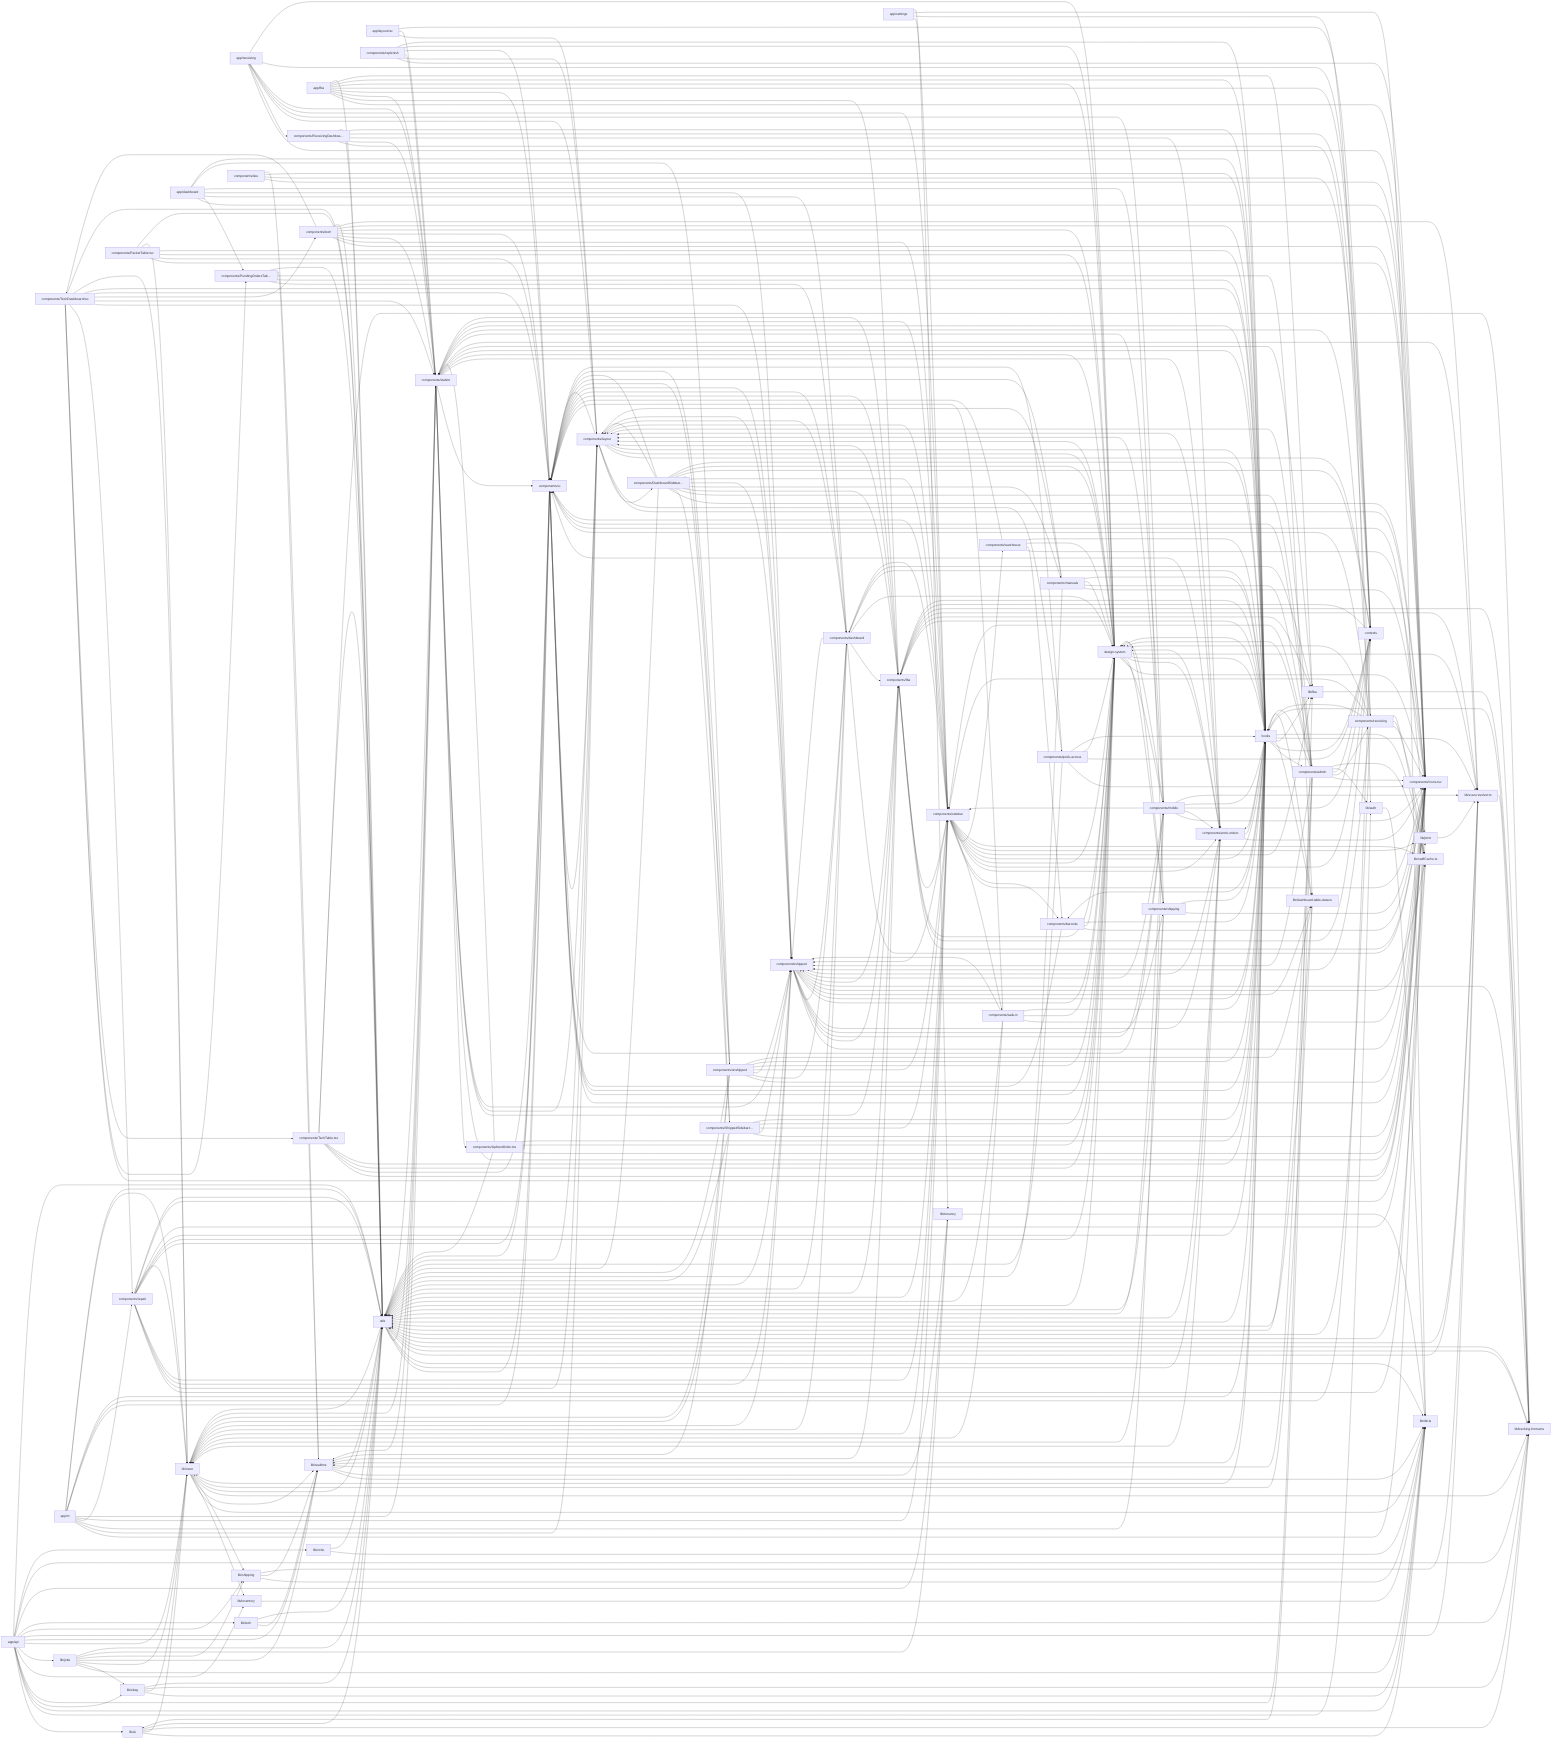
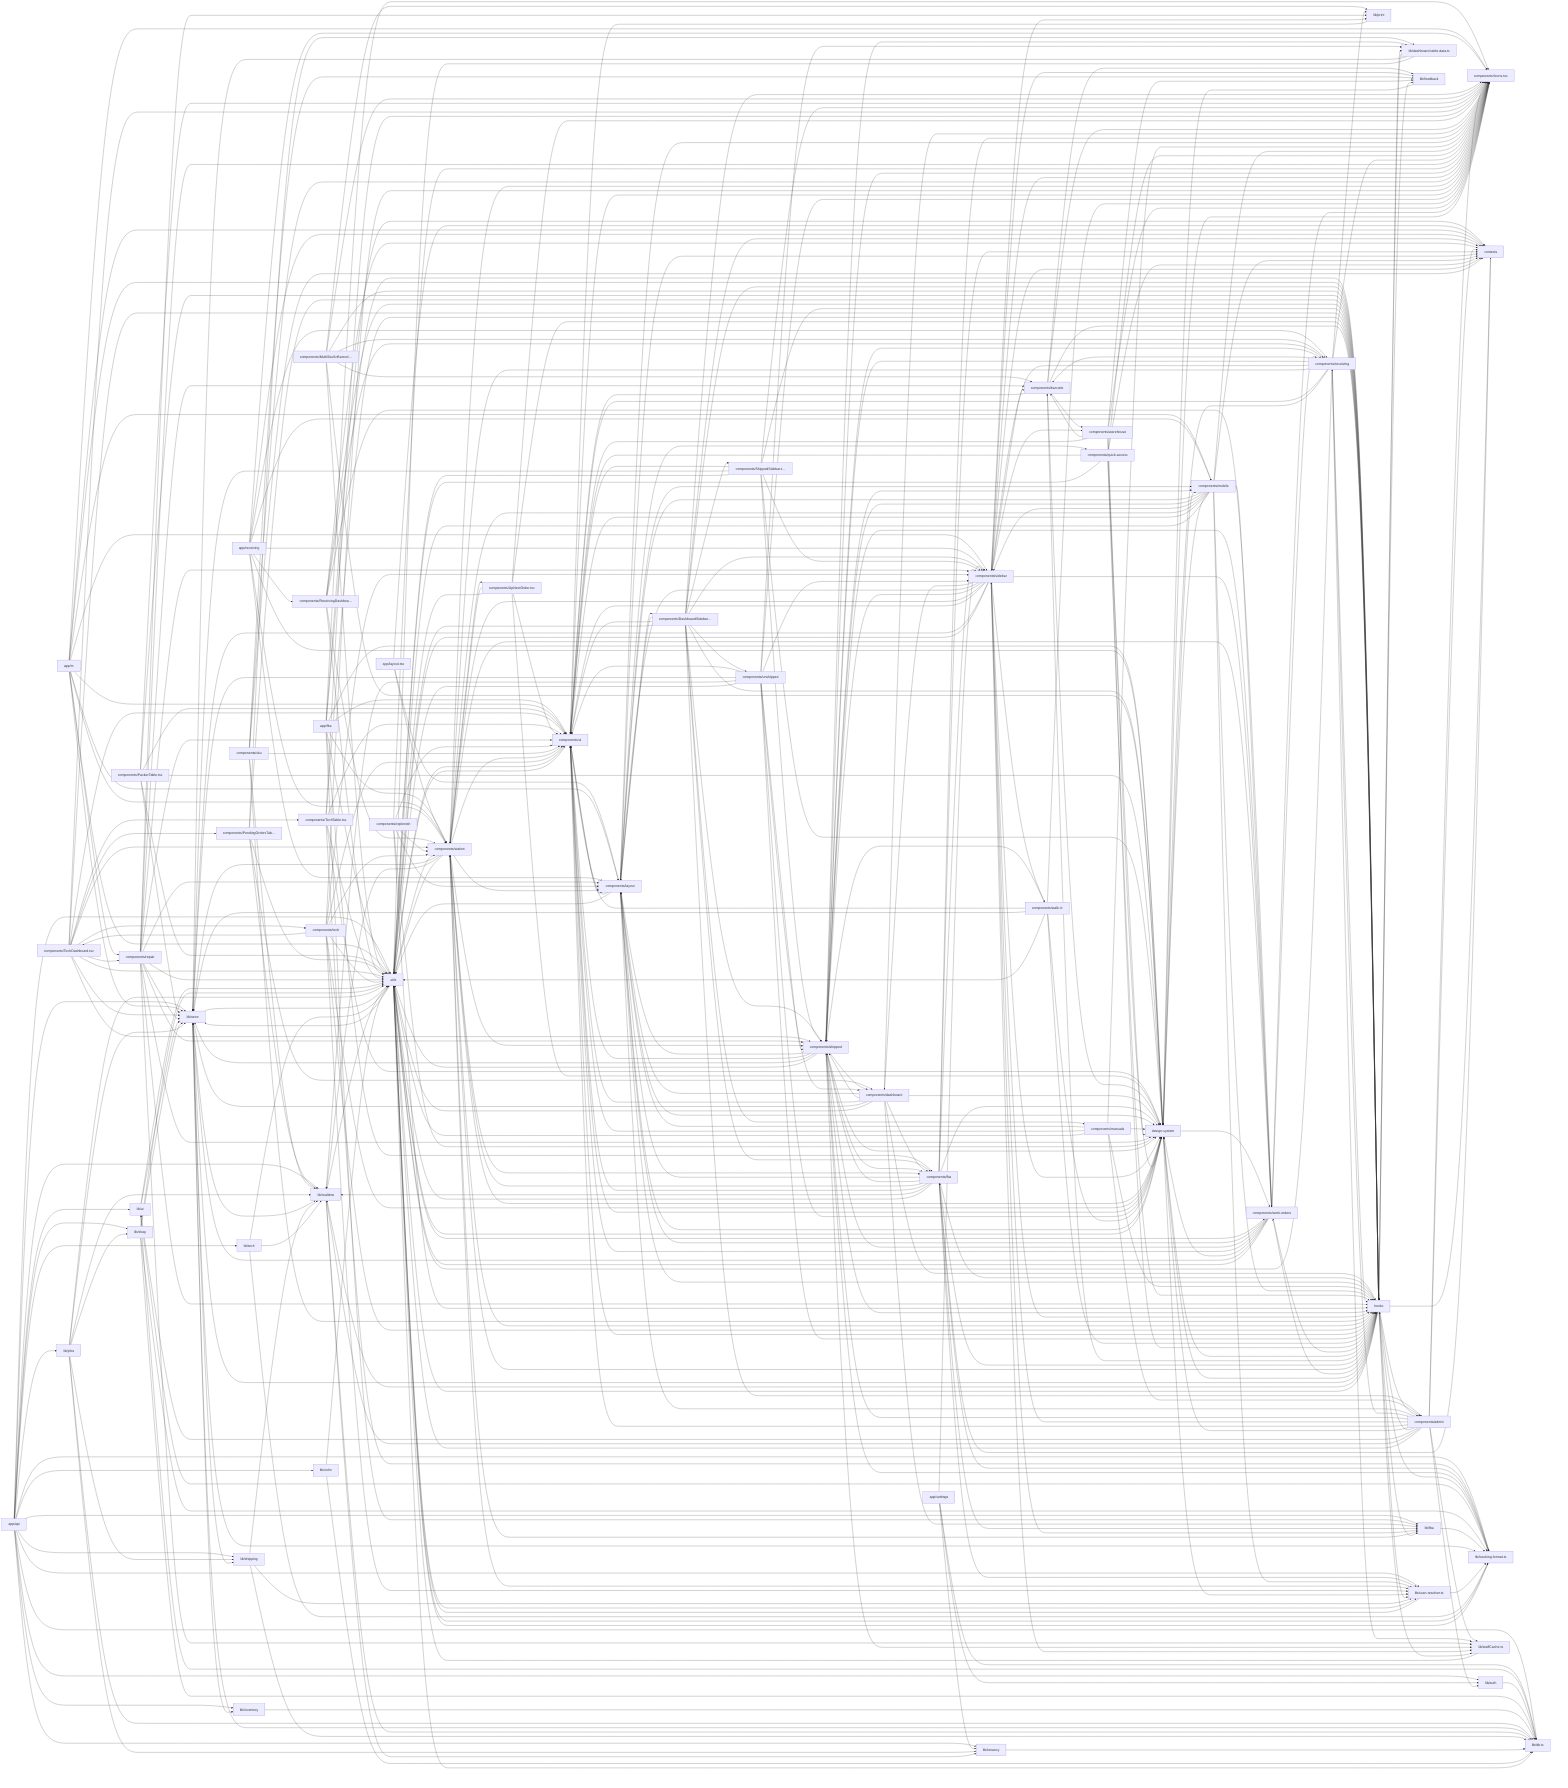
flowchart LR
  app_api["app/api"]
  click app_api "src/app/api/scan-tracking/route.ts" "Open src/app/api/scan-tracking/route.ts"
  hooks["hooks"]
  click hooks "src/hooks/useShippedTableData.ts" "Open src/hooks/useShippedTableData.ts"
  utils["utils"]
  click utils "src/utils/receiving-search-history.ts" "Open src/utils/receiving-search-history.ts"
  components_Icons_tsx["components/Icons.tsx"]
  click components_Icons_tsx "src/components/Icons.tsx" "Open src/components/Icons.tsx"
  design_system["design-system"]
  click design_system "src/design-system/index.ts" "Open src/design-system/index.ts"
  components_sidebar["components/sidebar"]
  click components_sidebar "src/components/sidebar/DeviceModeToggle.tsx" "Open src/components/sidebar/DeviceModeToggle.tsx"
  components_ui["components/ui"]
  click components_ui "src/components/ui/DeleteButton.tsx" "Open src/components/ui/DeleteButton.tsx"
+   components_layout["components/layout"]
+   click components_layout "src/components/layout/OfflineBanner.tsx" "Open src/components/layout/OfflineBanner.tsx"
  lib_db_ts["lib/db.ts"]
  click lib_db_ts "src/lib/db.ts" "Open src/lib/db.ts"
-   components_layout["components/layout"]
-   click components_layout "src/components/layout/OfflineBanner.tsx" "Open src/components/layout/OfflineBanner.tsx"
  components_shipped["components/shipped"]
  click components_shipped "src/components/shipped/DateGroupHeader.tsx" "Open src/components/shipped/DateGroupHeader.tsx"
+   components_station["components/station"]
+   click components_station "src/components/station/BarcodeScanner.tsx" "Open src/components/station/BarcodeScanner.tsx"
  lib_neon["lib/neon"]
  click lib_neon "src/lib/neon/serial-units-queries.ts" "Open src/lib/neon/serial-units-queries.ts"
-   components_station["components/station"]
-   click components_station "src/components/station/BarcodeScanner.tsx" "Open src/components/station/BarcodeScanner.tsx"
  components_admin["components/admin"]
  click components_admin "src/components/admin/AccessSidebarPanel.tsx" "Open src/components/admin/AccessSidebarPanel.tsx"
+   components_receiving["components/receiving"]
+   click components_receiving "src/components/receiving/Mode2Unboxing.tsx" "Open src/components/receiving/Mode2Unboxing.tsx"
  contexts["contexts"]
  click contexts "src/contexts/HeaderContext.tsx" "Open src/contexts/HeaderContext.tsx"
-   components_fba["components/fba"]
-   click components_fba "src/components/fba/FbaShippedTable.tsx" "Open src/components/fba/FbaShippedTable.tsx"
  components_work_orders["components/work-orders"]
  click components_work_orders "src/components/work-orders/WorkOrderInfoStrip.tsx" "Open src/components/work-orders/WorkOrderInfoStrip.tsx"
  components_mobile["components/mobile"]
  click components_mobile "src/components/mobile/ScanSurface.tsx" "Open src/components/mobile/ScanSurface.tsx"
+   components_fba["components/fba"]
+   click components_fba "src/components/fba/FbaShippedTable.tsx" "Open src/components/fba/FbaShippedTable.tsx"
  lib_realtime["lib/realtime"]
  click lib_realtime "src/lib/realtime/db-events.ts" "Open src/lib/realtime/db-events.ts"
-   components_receiving["components/receiving"]
-   click components_receiving "src/components/receiving/Mode2Unboxing.tsx" "Open src/components/receiving/Mode2Unboxing.tsx"
+   components_repair["components/repair"]
+   click components_repair "src/components/repair/SignaturePad.tsx" "Open src/components/repair/SignaturePad.tsx"
  components_DashboardSidebar_tsx["components/DashboardSidebar…"]
  click components_DashboardSidebar_tsx "src/components/DashboardSidebar.tsx" "Open src/components/DashboardSidebar.tsx"
-   components_repair["components/repair"]
-   click components_repair "src/components/repair/SignaturePad.tsx" "Open src/components/repair/SignaturePad.tsx"
  components_dashboard["components/dashboard"]
  click components_dashboard "src/components/dashboard/StockZohoOrdersTable.tsx" "Open src/components/dashboard/StockZohoOrdersTable.tsx"
-   lib_scan_resolver_ts["lib/scan-resolver.ts"]
-   click lib_scan_resolver_ts "src/lib/scan-resolver.ts" "Open src/lib/scan-resolver.ts"
  lib_tracking_format_ts["lib/tracking-format.ts"]
  click lib_tracking_format_ts "src/lib/tracking-format.ts" "Open src/lib/tracking-format.ts"
  components_TechDashboard_tsx["components/TechDashboard.tsx"]
  click components_TechDashboard_tsx "src/components/TechDashboard.tsx" "Open src/components/TechDashboard.tsx"
+   components_barcode["components/barcode"]
+   click components_barcode "src/components/barcode/SkuInput.tsx" "Open src/components/barcode/SkuInput.tsx"
+   lib_scan_resolver_ts["lib/scan-resolver.ts"]
+   click lib_scan_resolver_ts "src/lib/scan-resolver.ts" "Open src/lib/scan-resolver.ts"
  lib_auth["lib/auth"]
  click lib_auth "src/lib/auth/permission-registry.ts" "Open src/lib/auth/permission-registry.ts"
+   app_m["app/m"]
+   click app_m "src/app/m/layout.tsx" "Open src/app/m/layout.tsx"
  components_unshipped["components/unshipped"]
  click components_unshipped "src/components/unshipped/UnshippedTable.tsx" "Open src/components/unshipped/UnshippedTable.tsx"
  lib_jobs["lib/jobs"]
  click lib_jobs "src/lib/jobs/ebay-sync.ts" "Open src/lib/jobs/ebay-sync.ts"
-   app_m["app/m"]
-   click app_m "src/app/m/enroll/[token]/page.tsx" "Open src/app/m/enroll/[token]/page.tsx"
  components_tech["components/tech"]
  click components_tech "src/components/tech/UpNextActionDock.tsx" "Open src/components/tech/UpNextActionDock.tsx"
  components_walk_in["components/walk-in"]
  click components_walk_in "src/components/walk-in/SalesDetailsPanel.tsx" "Open src/components/walk-in/SalesDetailsPanel.tsx"
  components_manuals["components/manuals"]
  click components_manuals "src/components/manuals/ManualsLibrarySidebar.tsx" "Open src/components/manuals/ManualsLibrarySidebar.tsx"
-   lib_print["lib/print"]
-   click lib_print "src/lib/print/printRepairLabel.ts" "Open src/lib/print/printRepairLabel.ts"
+   components_warehouse["components/warehouse"]
+   click components_warehouse "src/components/warehouse/roomFinderContext.tsx" "Open src/components/warehouse/roomFinderContext.tsx"
+   app_receiving["app/receiving"]
+   click app_receiving "src/app/receiving/page.tsx" "Open src/app/receiving/page.tsx"
  app_fba["app/fba"]
  click app_fba "src/app/fba/page.tsx" "Open src/app/fba/page.tsx"
  components_ShippedSidebar_tsx["components/ShippedSidebar.t…"]
  click components_ShippedSidebar_tsx "src/components/ShippedSidebar.tsx" "Open src/components/ShippedSidebar.tsx"
  components_quick_access["components/quick-access"]
  click components_quick_access "src/components/quick-access/RecentSection.tsx" "Open src/components/quick-access/RecentSection.tsx"
-   components_warehouse["components/warehouse"]
-   click components_warehouse "src/components/warehouse/FillBar.tsx" "Open src/components/warehouse/FillBar.tsx"
-   components_barcode["components/barcode"]
-   click components_barcode "src/components/barcode/SkuInput.tsx" "Open src/components/barcode/SkuInput.tsx"
+   components_sku["components/sku"]
+   click components_sku "src/components/sku/BinRowDetailsSheet.tsx" "Open src/components/sku/BinRowDetailsSheet.tsx"
  lib_tenancy["lib/tenancy"]
  click lib_tenancy "src/lib/tenancy/db.test.ts" "Open src/lib/tenancy/db.test.ts"
+   lib_print["lib/print"]
+   click lib_print "src/lib/print/printRepairLabel.ts" "Open src/lib/print/printRepairLabel.ts"
  lib_ai["lib/ai"]
  click lib_ai "src/lib/ai/date-range.test.ts" "Open src/lib/ai/date-range.test.ts"
  lib_fba["lib/fba"]
  click lib_fba "src/lib/fba/board-item.ts" "Open src/lib/fba/board-item.ts"
-   app_receiving["app/receiving"]
-   click app_receiving "src/app/receiving/page.tsx" "Open src/app/receiving/page.tsx"
+   app_layout_tsx["app/layout.tsx"]
+   click app_layout_tsx "src/app/layout.tsx" "Open src/app/layout.tsx"
  components_PendingOrdersTable_tsx["components/PendingOrdersTab…"]
  click components_PendingOrdersTable_tsx "src/components/PendingOrdersTable.tsx" "Open src/components/PendingOrdersTable.tsx"
-   components_shipping["components/shipping"]
-   click components_shipping "src/components/shipping/StaffButtonGrid.tsx" "Open src/components/shipping/StaffButtonGrid.tsx"
  lib_dashboard_table_data_ts["lib/dashboard-table-data.ts"]
  click lib_dashboard_table_data_ts "src/lib/dashboard-table-data.ts" "Open src/lib/dashboard-table-data.ts"
  lib_zoho["lib/zoho"]
  click lib_zoho "src/lib/zoho/mock.ts" "Open src/lib/zoho/mock.ts"
  lib_shipping["lib/shipping"]
  click lib_shipping "src/lib/shipping/repository.ts" "Open src/lib/shipping/repository.ts"
  lib_inventory["lib/inventory"]
  click lib_inventory "src/lib/inventory/internal-gtin.ts" "Open src/lib/inventory/internal-gtin.ts"
-   app_layout_tsx["app/layout.tsx"]
-   click app_layout_tsx "src/app/layout.tsx" "Open src/app/layout.tsx"
-   app_dashboard["app/dashboard"]
-   click app_dashboard "src/app/dashboard/page.tsx" "Open src/app/dashboard/page.tsx"
+   components_MultiSkuSnBarcode_tsx["components/MultiSkuSnBarcod…"]
+   click components_MultiSkuSnBarcode_tsx "src/components/MultiSkuSnBarcode.tsx" "Open src/components/MultiSkuSnBarcode.tsx"
  components_UpNextOrder_tsx["components/UpNextOrder.tsx"]
  click components_UpNextOrder_tsx "src/components/UpNextOrder.tsx" "Open src/components/UpNextOrder.tsx"
  components_TechTable_tsx["components/TechTable.tsx"]
  click components_TechTable_tsx "src/components/TechTable.tsx" "Open src/components/TechTable.tsx"
  components_PackerTable_tsx["components/PackerTable.tsx"]
  click components_PackerTable_tsx "src/components/PackerTable.tsx" "Open src/components/PackerTable.tsx"
  components_ReceivingDashboard_tsx["components/ReceivingDashboa…"]
  click components_ReceivingDashboard_tsx "src/components/ReceivingDashboard.tsx" "Open src/components/ReceivingDashboard.tsx"
  components_replenish["components/replenish"]
  click components_replenish "src/components/replenish/ReplenishmentReceivingTab.tsx" "Open src/components/replenish/ReplenishmentReceivingTab.tsx"
-   components_sku["components/sku"]
-   click components_sku "src/components/sku/BinRowDetailsSheet.tsx" "Open src/components/sku/BinRowDetailsSheet.tsx"
  lib_staffCache_ts["lib/staffCache.ts"]
  click lib_staffCache_ts "src/lib/staffCache.ts" "Open src/lib/staffCache.ts"
  lib_ebay["lib/ebay"]
  click lib_ebay "src/lib/ebay/token-refresh.ts" "Open src/lib/ebay/token-refresh.ts"
+   lib_feedback["lib/feedback"]
+   click lib_feedback "src/lib/feedback/confirm.ts" "Open src/lib/feedback/confirm.ts"
  lib_tech["lib/tech"]
  click lib_tech "src/lib/tech/resolveStaffIdFromTechParam.ts" "Open src/lib/tech/resolveStaffIdFromTechParam.ts"
  app_settings["app/settings"]
  click app_settings "src/app/settings/page.tsx" "Open src/app/settings/page.tsx"
  app_api --> lib_ai
  app_api --> lib_auth
  app_api --> lib_db_ts
  app_api --> lib_ebay
  app_api --> lib_fba
  app_api --> lib_inventory
  app_api --> lib_jobs
  app_api --> lib_neon
  app_api --> lib_realtime
  app_api --> lib_scan_resolver_ts
  app_api --> lib_shipping
  app_api --> lib_tech
  app_api --> lib_tenancy
  app_api --> lib_tracking_format_ts
  app_api --> lib_zoho
  app_api --> utils
-   app_dashboard --> components_Icons_tsx
-   app_dashboard --> components_PendingOrdersTable_tsx
-   app_dashboard --> components_dashboard
-   app_dashboard --> components_shipped
-   app_dashboard --> components_shipping
-   app_dashboard --> components_unshipped
-   app_dashboard --> hooks
  app_fba --> components_Icons_tsx
  app_fba --> components_fba
  app_fba --> components_station
  app_fba --> components_ui
  app_fba --> contexts
  app_fba --> design_system
  app_fba --> hooks
  app_fba --> lib_fba
  app_fba --> utils
  app_layout_tsx --> components_layout
  app_layout_tsx --> components_station
  app_layout_tsx --> contexts
  app_m --> components_Icons_tsx
  app_m --> components_layout
  app_m --> components_mobile
  app_m --> components_repair
  app_m --> components_sidebar
  app_m --> components_station
  app_m --> components_ui
  app_m --> contexts
  app_m --> hooks
  app_m --> lib_neon
  app_m --> utils
  app_receiving --> components_Icons_tsx
  app_receiving --> components_ReceivingDashboard_tsx
  app_receiving --> components_layout
  app_receiving --> components_mobile
+   app_receiving --> components_receiving
  app_receiving --> components_sidebar
  app_receiving --> components_station
  app_receiving --> contexts
  app_receiving --> design_system
  app_settings --> components_sidebar
  app_settings --> lib_auth
  app_settings --> lib_db_ts
  app_settings --> lib_tenancy
  components_DashboardSidebar_tsx --> components_Icons_tsx
  components_DashboardSidebar_tsx --> components_ShippedSidebar_tsx
  components_DashboardSidebar_tsx --> components_admin
  components_DashboardSidebar_tsx --> components_fba
  components_DashboardSidebar_tsx --> components_layout
  components_DashboardSidebar_tsx --> components_manuals
  components_DashboardSidebar_tsx --> components_shipped
  components_DashboardSidebar_tsx --> components_sidebar
  components_DashboardSidebar_tsx --> components_ui
  components_DashboardSidebar_tsx --> components_unshipped
  components_DashboardSidebar_tsx --> contexts
  components_DashboardSidebar_tsx --> design_system
  components_DashboardSidebar_tsx --> hooks
  components_DashboardSidebar_tsx --> utils
+   components_MultiSkuSnBarcode_tsx --> components_Icons_tsx
+   components_MultiSkuSnBarcode_tsx --> components_barcode
+   components_MultiSkuSnBarcode_tsx --> components_receiving
+   components_MultiSkuSnBarcode_tsx --> design_system
+   components_MultiSkuSnBarcode_tsx --> hooks
+   components_MultiSkuSnBarcode_tsx --> lib_print
+   components_MultiSkuSnBarcode_tsx --> utils
  components_PackerTable_tsx --> components_Icons_tsx
  components_PackerTable_tsx --> components_ui
  components_PackerTable_tsx --> design_system
  components_PackerTable_tsx --> hooks
  components_PackerTable_tsx --> lib_neon
  components_PackerTable_tsx --> utils
  components_PendingOrdersTable_tsx --> components_dashboard
  components_PendingOrdersTable_tsx --> hooks
  components_PendingOrdersTable_tsx --> lib_dashboard_table_data_ts
  components_PendingOrdersTable_tsx --> lib_realtime
  components_PendingOrdersTable_tsx --> utils
  components_ReceivingDashboard_tsx --> components_receiving
  components_ReceivingDashboard_tsx --> components_station
  components_ReceivingDashboard_tsx --> components_work_orders
  components_ReceivingDashboard_tsx --> contexts
  components_ReceivingDashboard_tsx --> hooks
  components_ReceivingDashboard_tsx --> utils
  components_ShippedSidebar_tsx --> components_Icons_tsx
  components_ShippedSidebar_tsx --> components_shipped
  components_ShippedSidebar_tsx --> components_sidebar
  components_ShippedSidebar_tsx --> components_ui
  components_ShippedSidebar_tsx --> design_system
  components_ShippedSidebar_tsx --> hooks
  components_ShippedSidebar_tsx --> lib_neon
  components_ShippedSidebar_tsx --> utils
  components_TechDashboard_tsx --> components_Icons_tsx
  components_TechDashboard_tsx --> components_PendingOrdersTable_tsx
  components_TechDashboard_tsx --> components_TechTable_tsx
  components_TechDashboard_tsx --> components_repair
  components_TechDashboard_tsx --> components_shipped
  components_TechDashboard_tsx --> components_station
  components_TechDashboard_tsx --> components_tech
  components_TechDashboard_tsx --> components_ui
  components_TechDashboard_tsx --> hooks
  components_TechDashboard_tsx --> lib_neon
  components_TechDashboard_tsx --> utils
  components_TechTable_tsx --> components_Icons_tsx
  components_TechTable_tsx --> components_ui
  components_TechTable_tsx --> design_system
  components_TechTable_tsx --> hooks
  components_TechTable_tsx --> lib_tracking_format_ts
  components_TechTable_tsx --> utils
  components_UpNextOrder_tsx --> components_Icons_tsx
  components_UpNextOrder_tsx --> components_station
  components_UpNextOrder_tsx --> components_ui
  components_UpNextOrder_tsx --> design_system
  components_UpNextOrder_tsx --> hooks
  components_UpNextOrder_tsx --> utils
  components_admin --> components_Icons_tsx
  components_admin --> components_layout
  components_admin --> components_receiving
  components_admin --> components_shipped
  components_admin --> components_sidebar
  components_admin --> components_ui
  components_admin --> contexts
  components_admin --> design_system
  components_admin --> hooks
  components_admin --> lib_ai
  components_admin --> lib_auth
  components_admin --> lib_realtime
  components_admin --> lib_staffCache_ts
  components_admin --> utils
  components_barcode --> components_Icons_tsx
  components_barcode --> components_ui
+   components_barcode --> components_warehouse
  components_barcode --> design_system
  components_barcode --> hooks
+   components_barcode --> lib_feedback
  components_dashboard --> components_Icons_tsx
  components_dashboard --> components_fba
  components_dashboard --> components_layout
  components_dashboard --> components_shipped
  components_dashboard --> components_ui
  components_dashboard --> design_system
  components_dashboard --> hooks
  components_dashboard --> lib_fba
  components_dashboard --> lib_neon
  components_dashboard --> utils
  components_fba --> components_Icons_tsx
  components_fba --> components_layout
  components_fba --> components_shipped
  components_fba --> components_sidebar
  components_fba --> components_station
  components_fba --> components_ui
  components_fba --> contexts
  components_fba --> design_system
  components_fba --> hooks
  components_fba --> lib_fba
  components_fba --> lib_realtime
  components_fba --> lib_scan_resolver_ts
  components_fba --> lib_tracking_format_ts
  components_fba --> utils
  components_layout --> components_DashboardSidebar_tsx
  components_layout --> components_Icons_tsx
+   components_layout --> components_mobile
  components_layout --> components_quick_access
  components_layout --> components_ui
  components_layout --> contexts
  components_layout --> design_system
  components_layout --> hooks
  components_layout --> utils
  components_manuals --> components_Icons_tsx
  components_manuals --> components_admin
  components_manuals --> components_layout
  components_manuals --> components_ui
  components_manuals --> design_system
  components_manuals --> hooks
  components_manuals --> utils
  components_mobile --> components_Icons_tsx
  components_mobile --> components_layout
  components_mobile --> components_shipped
  components_mobile --> components_sidebar
  components_mobile --> components_station
  components_mobile --> components_ui
  components_mobile --> components_work_orders
  components_mobile --> contexts
  components_mobile --> design_system
  components_mobile --> hooks
  components_mobile --> lib_scan_resolver_ts
  components_mobile --> utils
  components_quick_access --> components_Icons_tsx
  components_quick_access --> components_ui
  components_quick_access --> contexts
  components_quick_access --> design_system
  components_quick_access --> hooks
  components_quick_access --> utils
  components_receiving --> components_Icons_tsx
+   components_receiving --> components_barcode
  components_receiving --> components_shipped
  components_receiving --> components_sidebar
  components_receiving --> components_station
  components_receiving --> components_ui
  components_receiving --> design_system
  components_receiving --> hooks
  components_receiving --> lib_print
  components_receiving --> lib_staffCache_ts
  components_receiving --> utils
  components_repair --> components_Icons_tsx
+   components_repair --> components_barcode
  components_repair --> components_layout
  components_repair --> components_shipped
  components_repair --> components_sidebar
  components_repair --> components_ui
  components_repair --> design_system
  components_repair --> hooks
  components_repair --> lib_neon
  components_repair --> lib_print
  components_repair --> lib_staffCache_ts
  components_repair --> utils
  components_replenish --> components_Icons_tsx
  components_replenish --> components_layout
  components_replenish --> components_station
  components_replenish --> components_ui
  components_replenish --> design_system
  components_replenish --> hooks
  components_shipped --> components_Icons_tsx
  components_shipped --> components_dashboard
  components_shipped --> components_fba
  components_shipped --> components_layout
  components_shipped --> components_mobile
-   components_shipped --> components_shipping
+   components_shipped --> components_receiving
  components_shipped --> components_ui
  components_shipped --> components_work_orders
  components_shipped --> design_system
  components_shipped --> hooks
  components_shipped --> lib_dashboard_table_data_ts
  components_shipped --> lib_neon
  components_shipped --> lib_staffCache_ts
  components_shipped --> lib_tracking_format_ts
  components_shipped --> utils
-   components_shipping --> components_Icons_tsx
-   components_shipping --> design_system
-   components_shipping --> hooks
-   components_shipping --> lib_neon
-   components_shipping --> utils
  components_sidebar --> components_Icons_tsx
  components_sidebar --> components_barcode
  components_sidebar --> components_dashboard
  components_sidebar --> components_layout
  components_sidebar --> components_shipped
  components_sidebar --> components_station
  components_sidebar --> components_ui
  components_sidebar --> components_walk_in
  components_sidebar --> components_warehouse
  components_sidebar --> components_work_orders
  components_sidebar --> contexts
  components_sidebar --> design_system
  components_sidebar --> hooks
  components_sidebar --> lib_fba
+   components_sidebar --> lib_feedback
  components_sidebar --> lib_neon
  components_sidebar --> lib_print
  components_sidebar --> lib_staffCache_ts
  components_sidebar --> utils
  components_sku --> components_Icons_tsx
+   components_sku --> components_ui
  components_sku --> contexts
  components_sku --> hooks
+   components_sku --> lib_feedback
  components_sku --> lib_realtime
  components_station --> components_Icons_tsx
  components_station --> components_UpNextOrder_tsx
  components_station --> components_fba
  components_station --> components_layout
  components_station --> components_shipped
  components_station --> components_ui
  components_station --> components_work_orders
  components_station --> design_system
  components_station --> hooks
  components_station --> lib_fba
  components_station --> lib_neon
  components_station --> lib_realtime
  components_station --> lib_scan_resolver_ts
  components_station --> utils
  components_tech --> components_Icons_tsx
  components_tech --> components_TechDashboard_tsx
  components_tech --> components_sidebar
  components_tech --> components_station
  components_tech --> components_ui
  components_tech --> design_system
  components_tech --> hooks
  components_tech --> lib_scan_resolver_ts
  components_tech --> utils
  components_ui --> components_Icons_tsx
  components_ui --> components_layout
  components_ui --> design_system
  components_ui --> hooks
  components_ui --> utils
  components_unshipped --> components_Icons_tsx
  components_unshipped --> components_dashboard
  components_unshipped --> components_shipped
  components_unshipped --> components_sidebar
  components_unshipped --> components_ui
  components_unshipped --> design_system
  components_unshipped --> hooks
  components_unshipped --> lib_dashboard_table_data_ts
  components_unshipped --> lib_neon
  components_unshipped --> lib_realtime
  components_unshipped --> utils
  components_walk_in --> components_Icons_tsx
  components_walk_in --> components_shipped
  components_walk_in --> components_ui
  components_walk_in --> design_system
  components_walk_in --> hooks
  components_walk_in --> lib_neon
  components_walk_in --> utils
  components_warehouse --> components_Icons_tsx
  components_warehouse --> components_barcode
  components_warehouse --> components_ui
  components_warehouse --> design_system
  components_warehouse --> hooks
+   components_warehouse --> lib_feedback
  components_work_orders --> components_Icons_tsx
  components_work_orders --> components_layout
+   components_work_orders --> components_receiving
  components_work_orders --> components_shipped
  components_work_orders --> components_ui
  components_work_orders --> design_system
  components_work_orders --> hooks
  components_work_orders --> lib_neon
  components_work_orders --> utils
  contexts --> components_fba
  design_system --> components_Icons_tsx
  design_system --> components_layout
  design_system --> components_mobile
-   design_system --> components_shipping
  design_system --> components_work_orders
  design_system --> hooks
  design_system --> lib_scan_resolver_ts
  design_system --> utils
  hooks --> components_admin
  hooks --> components_barcode
  hooks --> components_fba
  hooks --> components_station
  hooks --> components_work_orders
  hooks --> contexts
  hooks --> design_system
  hooks --> lib_dashboard_table_data_ts
  hooks --> lib_fba
+   hooks --> lib_feedback
  hooks --> lib_neon
  hooks --> lib_realtime
  hooks --> lib_scan_resolver_ts
  hooks --> lib_staffCache_ts
  hooks --> lib_tracking_format_ts
  hooks --> utils
  lib_ai --> lib_db_ts
  lib_ai --> lib_neon
  lib_ai --> lib_tracking_format_ts
  lib_ai --> utils
  lib_auth --> lib_db_ts
  lib_dashboard_table_data_ts --> hooks
  lib_dashboard_table_data_ts --> lib_neon
  lib_dashboard_table_data_ts --> utils
  lib_ebay --> lib_db_ts
  lib_ebay --> lib_neon
  lib_ebay --> lib_tracking_format_ts
  lib_ebay --> utils
  lib_fba --> lib_tracking_format_ts
+   lib_feedback --> design_system
  lib_inventory --> lib_db_ts
  lib_jobs --> lib_db_ts
  lib_jobs --> lib_ebay
  lib_jobs --> lib_neon
  lib_jobs --> lib_realtime
  lib_jobs --> lib_shipping
  lib_jobs --> lib_tenancy
  lib_jobs --> utils
  lib_neon --> lib_db_ts
  lib_neon --> lib_inventory
  lib_neon --> lib_realtime
  lib_neon --> lib_shipping
  lib_neon --> lib_tracking_format_ts
  lib_neon --> utils
  lib_print --> components_ui
-   lib_print --> lib_scan_resolver_ts
  lib_realtime --> lib_db_ts
  lib_realtime --> lib_tenancy
  lib_realtime --> utils
  lib_scan_resolver_ts --> lib_tracking_format_ts
  lib_scan_resolver_ts --> utils
  lib_shipping --> lib_db_ts
  lib_shipping --> lib_realtime
  lib_shipping --> lib_scan_resolver_ts
  lib_staffCache_ts --> utils
  lib_tech --> lib_realtime
  lib_tech --> lib_tracking_format_ts
  lib_tech --> utils
  lib_tenancy --> lib_db_ts
  lib_tracking_format_ts --> utils
  lib_zoho --> lib_db_ts
  lib_zoho --> utils
  utils --> components_station
  utils --> components_ui
  utils --> components_work_orders
  utils --> lib_db_ts
  utils --> lib_neon
  utils --> lib_scan_resolver_ts
  utils --> lib_tracking_format_ts
-   %% truncated: 157 more groups not shown+   %% truncated: 160 more groups not shown